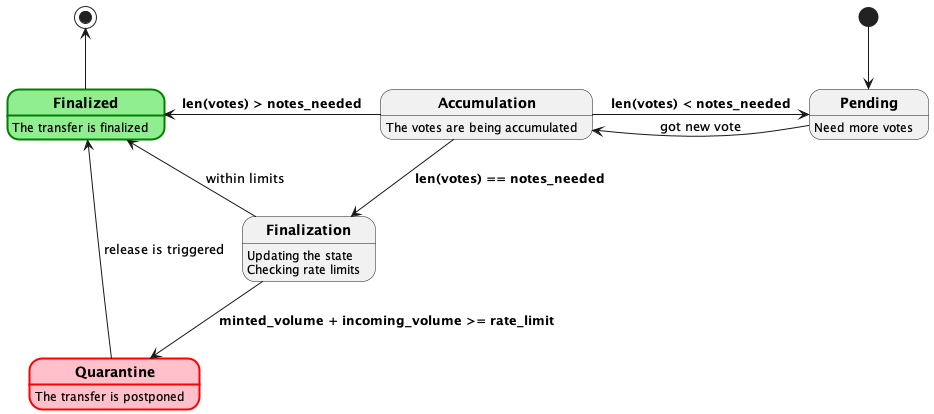
The PlantUML diagram x/bridge/images/quarantine.png in osmosis-labs/osmosis, before a commit. Its diagram source:
```plantuml
@startuml

state "**Accumulation**" as accumulation : The votes are being accumulated

state "**Pending**" as pending  : Need more votes

state "**Finalization**" as finalization : Updating the state
finalization : Checking rate limits

state "**Finalized**" as finalized #lightgreen;line:green;line.bold
finalized : The transfer is finalized

state "**Quarantine**" as quarantine #pink;line:red;line.bold
quarantine : The transfer is postponed

[*] -d-> pending

pending -l-> accumulation : got new vote

accumulation -r-> pending : **len(votes) < notes_needed**
accumulation -d-> finalization : **len(votes) == notes_needed**
accumulation -l-> finalized : **len(votes) > notes_needed**

finalization -u-> finalized : within limits
finalization -d-> quarantine : **minted_volume + incoming_volume >= rate_limit**
quarantine -u-> finalized : release is triggered

finalized -u-> [*]

@enduml
```
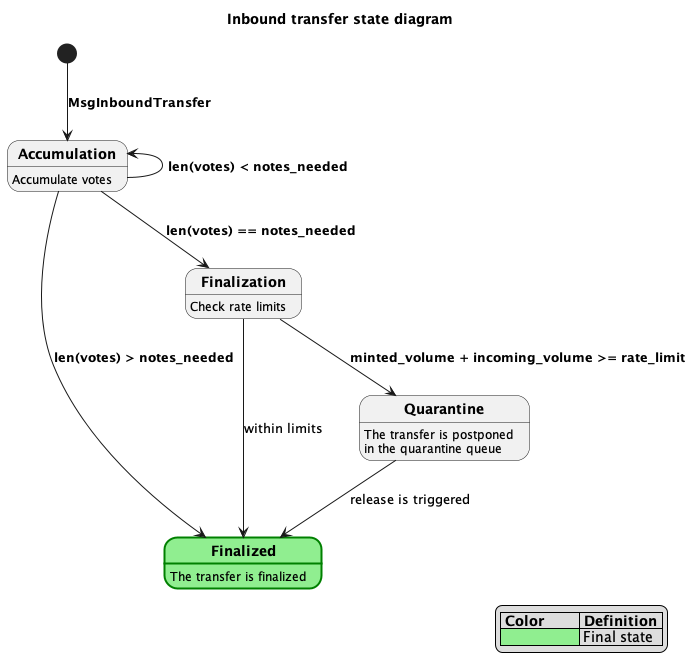
The same file after the commit.

What changed in the source:
```diff
@@ -1,30 +1,31 @@
 @startuml
 
-state "**Accumulation**" as accumulation : The votes are being accumulated
+title "Inbound transfer state diagram"
 
-state "**Pending**" as pending  : Need more votes
+legend right
+|= Color       |= Definition |
+|<#lightgreen> | Final state |
+endlegend
 
-state "**Finalization**" as finalization : Updating the state
-finalization : Checking rate limits
+state "**Accumulation**" as accumulation : Accumulate votes
+
+state "**Finalization**" as finalization : Check rate limits
 
 state "**Finalized**" as finalized #lightgreen;line:green;line.bold
 finalized : The transfer is finalized
 
-state "**Quarantine**" as quarantine #pink;line:red;line.bold
+state "**Quarantine**" as quarantine
 quarantine : The transfer is postponed
+quarantine : in the quarantine queue
 
-[*] -d-> pending
+[*] -d-> accumulation : **MsgInboundTransfer**
 
-pending -l-> accumulation : got new vote
+accumulation -l-> accumulation : **len(votes) < notes_needed**
+accumulation -d-> finalization : **len(votes) == notes_needed**
+accumulation -r-> finalized : **len(votes) > notes_needed**
 
-accumulation -r-> pending : **len(votes) < notes_needed**
-accumulation -d-> finalization : **len(votes) == notes_needed**
-accumulation -l-> finalized : **len(votes) > notes_needed**
-
-finalization -u-> finalized : within limits
-finalization -d-> quarantine : **minted_volume + incoming_volume >= rate_limit**
-quarantine -u-> finalized : release is triggered
-
-finalized -u-> [*]
+finalization --> finalized : within limits
+finalization --> quarantine : **minted_volume + incoming_volume >= rate_limit**
+quarantine --> finalized : release is triggered
 
 @enduml
```
